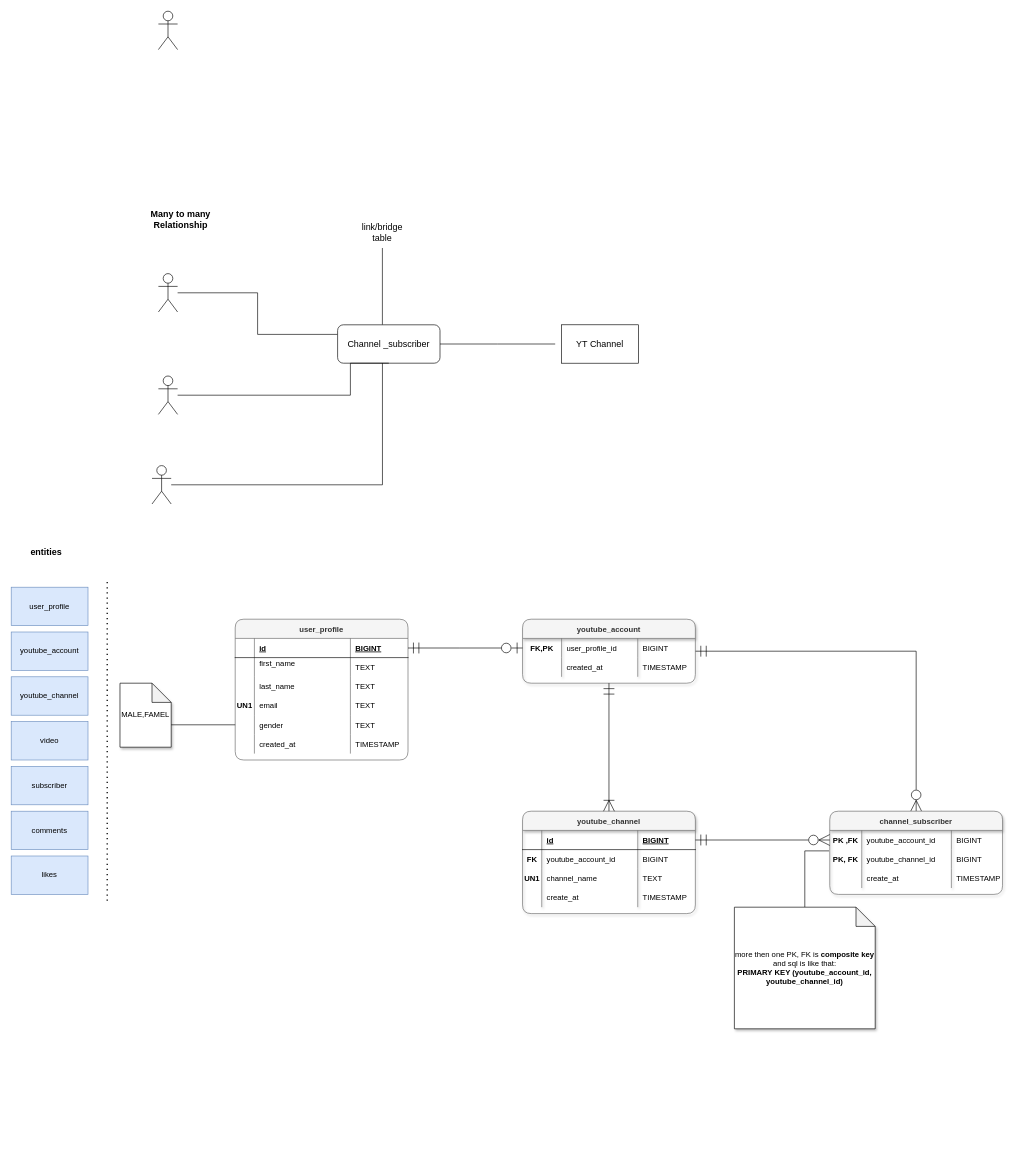
Earlier version of the draw.io diagram Database Design_Implementation.drawio (Amin3696/DatabaseDesign). Source tidied: cells renumbered, new cells numbered last; positions are measured from the earlier drawing's top-left corner, leaving out a move shared by most shapes. Both pictures are drawn from the tidied source at 64%, with x=0, y=0 at pixel (11, 11).
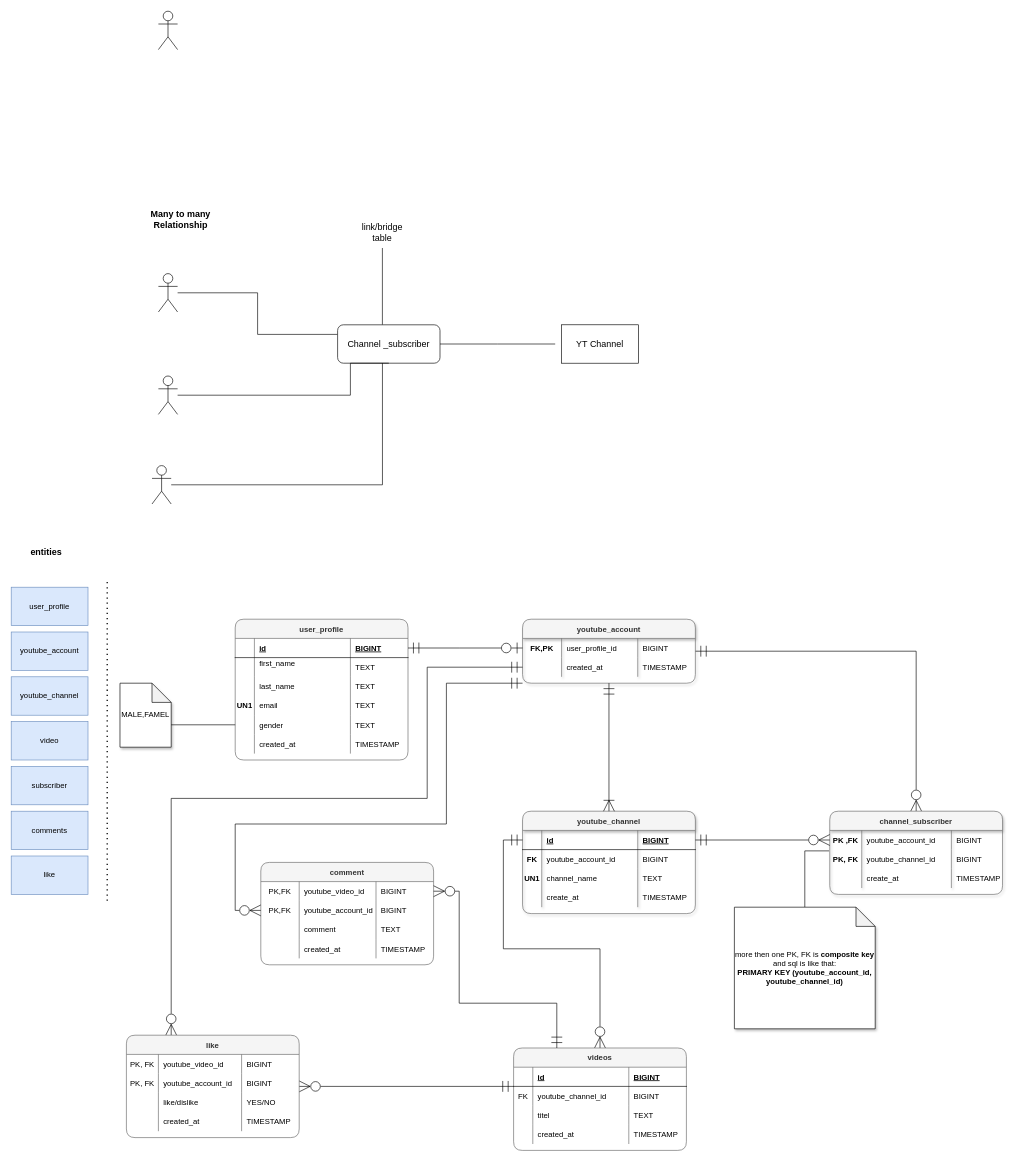
After the change.

Commit message:
add video,likes and comment table

Unchanged cells that the change refers to:
```xml
<mxCell id="40" value="youtube_account" style="shape=table;startSize=30;childLayout=tableLayout;rowLines=0;fontStyle=1;align=center;rounded=1;sketch=0;shadow=1;fillColor=#f5f5f5;fontColor=#333333;strokeColor=#666666;" parent="1" vertex="1">
  <mxGeometry x="799" y="950" width="270" height="100" as="geometry" />
</mxCell>
<mxCell id="45" style="shape=tableRow;horizontal=0;startSize=0;swimlaneHead=0;swimlaneBody=0;fillColor=none;points=[[0,0.5],[1,0.5]];portConstraint=eastwest;top=0;left=0;right=0;bottom=0;" parent="40" vertex="1">
  <mxGeometry y="60" width="270" height="30" as="geometry" />
</mxCell>
<mxCell id="50" style="shape=tableRow;horizontal=0;startSize=0;swimlaneHead=0;swimlaneBody=0;fillColor=none;points=[[0,0.5],[1,0.5]];portConstraint=eastwest;top=0;left=0;right=0;bottom=1;" parent="49" vertex="1">
  <mxGeometry y="30" width="270" height="30" as="geometry" />
</mxCell>
```

Diff of the diagram source:
```diff
@@
-    <mxCell id="8" value="likes" style="rounded=0;whiteSpace=wrap;html=1;fillColor=#dae8fc;strokeColor=#6c8ebf;" parent="1" vertex="1">
+    <mxCell id="8" value="like" style="rounded=0;whiteSpace=wrap;html=1;fillColor=#dae8fc;strokeColor=#6c8ebf;" parent="1" vertex="1">
       <mxGeometry y="1320" width="120" height="60" as="geometry" />
     </mxCell>
@@
+    <mxCell id="97" style="edgeStyle=orthogonalEdgeStyle;rounded=0;jettySize=auto;html=1;entryX=0;entryY=0.5;entryDx=0;entryDy=0;endArrow=ERmandOne;endFill=0;endSize=15;startArrow=ERzeroToMany;startFill=0;startSize=15;targetPerimeterSpacing=0;" parent="1" edge="1" source="98" target="50">
+      <mxGeometry relative="1" as="geometry" />
+    </mxCell>
+    <mxCell id="98" value="videos" style="shape=table;startSize=30;childLayout=tableLayout;rowLines=0;fontStyle=1;align=center;rounded=1;sketch=0;shadow=0;fillColor=#f5f5f5;fontColor=#333333;strokeColor=#666666;swimlaneLine=1;" parent="1" vertex="1">
+      <mxGeometry x="785" y="1620" width="270" height="160" as="geometry" />
+    </mxCell>
+    <mxCell id="99" style="shape=tableRow;horizontal=0;startSize=0;swimlaneHead=0;swimlaneBody=0;fillColor=none;top=0;left=0;right=0;bottom=1;" parent="98" vertex="1">
+      <mxGeometry y="30" width="270" height="30" as="geometry" />
+    </mxCell>
+    <mxCell id="100" style="shape=partialRectangle;fillColor=none;top=0;left=0;bottom=0;right=0;fontStyle=1;overflow=hidden;" parent="99" vertex="1">
+      <mxGeometry width="30" height="30" as="geometry" />
+    </mxCell>
+    <mxCell id="101" value="id" style="shape=partialRectangle;fillColor=none;top=0;left=0;bottom=0;right=0;align=left;spacingLeft=6;fontStyle=5;overflow=hidden;" parent="99" vertex="1">
+      <mxGeometry x="30" width="150" height="30" as="geometry" />
+    </mxCell>
+    <mxCell id="102" value="BIGINT" style="shape=partialRectangle;fillColor=none;top=0;left=0;bottom=0;right=0;align=left;spacingLeft=6;fontStyle=5;overflow=hidden;" parent="99" vertex="1">
+      <mxGeometry x="180" width="90" height="30" as="geometry" />
+    </mxCell>
+    <mxCell id="103" style="shape=tableRow;horizontal=0;startSize=0;swimlaneHead=0;swimlaneBody=0;fillColor=none;top=0;left=0;right=0;bottom=0;" parent="98" vertex="1">
+      <mxGeometry y="60" width="270" height="30" as="geometry" />
+    </mxCell>
+    <mxCell id="104" value="FK" style="shape=partialRectangle;fillColor=none;top=0;left=0;bottom=0;right=0;overflow=hidden;" parent="103" vertex="1">
+      <mxGeometry width="30" height="30" as="geometry" />
+    </mxCell>
+    <mxCell id="105" value="youtube_channel_id" style="shape=partialRectangle;fillColor=none;top=0;left=0;bottom=0;right=0;align=left;spacingLeft=6;overflow=hidden;" parent="103" vertex="1">
+      <mxGeometry x="30" width="150" height="30" as="geometry" />
+    </mxCell>
+    <mxCell id="106" value="BIGINT" style="shape=partialRectangle;fillColor=none;top=0;left=0;bottom=0;right=0;align=left;spacingLeft=6;overflow=hidden;" parent="103" vertex="1">
+      <mxGeometry x="180" width="90" height="30" as="geometry" />
+    </mxCell>
+    <mxCell id="107" style="shape=tableRow;horizontal=0;startSize=0;swimlaneHead=0;swimlaneBody=0;fillColor=none;top=0;left=0;right=0;bottom=0;" parent="98" vertex="1">
+      <mxGeometry y="90" width="270" height="30" as="geometry" />
+    </mxCell>
+    <mxCell id="108" style="shape=partialRectangle;fillColor=none;top=0;left=0;bottom=0;right=0;overflow=hidden;" parent="107" vertex="1">
+      <mxGeometry width="30" height="30" as="geometry" />
+    </mxCell>
+    <mxCell id="109" value="titel" style="shape=partialRectangle;fillColor=none;top=0;left=0;bottom=0;right=0;align=left;spacingLeft=6;overflow=hidden;" parent="107" vertex="1">
+      <mxGeometry x="30" width="150" height="30" as="geometry" />
+    </mxCell>
+    <mxCell id="110" value="TEXT" style="shape=partialRectangle;fillColor=none;top=0;left=0;bottom=0;right=0;align=left;spacingLeft=6;overflow=hidden;" parent="107" vertex="1">
+      <mxGeometry x="180" width="90" height="30" as="geometry" />
+    </mxCell>
+    <mxCell id="111" style="shape=tableRow;horizontal=0;startSize=0;swimlaneHead=0;swimlaneBody=0;fillColor=none;top=0;left=0;right=0;bottom=0;" parent="98" vertex="1">
+      <mxGeometry y="120" width="270" height="30" as="geometry" />
+    </mxCell>
+    <mxCell id="112" style="shape=partialRectangle;fillColor=none;top=0;left=0;bottom=0;right=0;overflow=hidden;" parent="111" vertex="1">
+      <mxGeometry width="30" height="30" as="geometry" />
+    </mxCell>
+    <mxCell id="113" value="created_at" style="shape=partialRectangle;fillColor=none;top=0;left=0;bottom=0;right=0;align=left;spacingLeft=6;overflow=hidden;" parent="111" vertex="1">
+      <mxGeometry x="30" width="150" height="30" as="geometry" />
+    </mxCell>
+    <mxCell id="114" value="TIMESTAMP" style="shape=partialRectangle;fillColor=none;top=0;left=0;bottom=0;right=0;align=left;spacingLeft=6;overflow=hidden;" parent="111" vertex="1">
+      <mxGeometry x="180" width="90" height="30" as="geometry" />
+    </mxCell>
+    <mxCell id="115" style="edgeStyle=orthogonalEdgeStyle;rounded=0;orthogonalLoop=1;jettySize=auto;html=1;exitX=1;exitY=0.5;exitDx=0;exitDy=0;fontSize=14;" parent="98" edge="1">
+      <mxGeometry relative="1" as="geometry" />
+    </mxCell>
+    <mxCell id="116" style="edgeStyle=orthogonalEdgeStyle;rounded=0;jettySize=auto;html=1;startArrow=ERzeroToMany;startFill=0;endArrow=ERmandOne;endFill=0;startSize=15;endSize=15;targetPerimeterSpacing=0;" parent="1" edge="1" source="118">
+      <mxGeometry relative="1" as="geometry">
+        <mxPoint x="785" y="1680" as="targetPoint" />
+        <Array as="points">
+          <mxPoint x="785" y="1680" />
+        </Array>
+      </mxGeometry>
+    </mxCell>
+    <mxCell id="117" style="edgeStyle=orthogonalEdgeStyle;rounded=0;jettySize=auto;html=1;entryX=0;entryY=0.5;entryDx=0;entryDy=0;startArrow=ERzeroToMany;startFill=0;endArrow=ERmandOne;endFill=0;startSize=15;endSize=15;targetPerimeterSpacing=0;" parent="1" edge="1" source="118" target="45">
+      <mxGeometry relative="1" as="geometry">
+        <Array as="points">
+          <mxPoint x="250" y="1230" />
+          <mxPoint x="650" y="1230" />
+          <mxPoint x="650" y="1025" />
+        </Array>
+      </mxGeometry>
+    </mxCell>
+    <mxCell id="118" value="like" style="shape=table;startSize=30;childLayout=tableLayout;rowLines=0;fontStyle=1;align=center;rounded=1;sketch=0;shadow=0;fillColor=#f5f5f5;fontColor=#333333;strokeColor=#666666;swimlaneLine=1;" parent="1" vertex="1">
+      <mxGeometry x="180" y="1600" width="270" height="160" as="geometry" />
+    </mxCell>
+    <mxCell id="119" style="shape=tableRow;horizontal=0;startSize=0;swimlaneHead=0;swimlaneBody=0;fillColor=none;top=0;left=0;right=0;bottom=0;" parent="118" vertex="1">
+      <mxGeometry y="30" width="270" height="30" as="geometry" />
+    </mxCell>
+    <mxCell id="120" value="PK, FK" style="shape=partialRectangle;fillColor=none;top=0;left=0;bottom=0;right=0;overflow=hidden;" parent="119" vertex="1">
+      <mxGeometry width="50" height="30" as="geometry" />
+    </mxCell>
+    <mxCell id="121" value="youtube_video_id" style="shape=partialRectangle;fillColor=none;top=0;left=0;bottom=0;right=0;align=left;spacingLeft=6;overflow=hidden;" parent="119" vertex="1">
+      <mxGeometry x="50" width="130" height="30" as="geometry" />
+    </mxCell>
+    <mxCell id="122" value="BIGINT" style="shape=partialRectangle;fillColor=none;top=0;left=0;bottom=0;right=0;align=left;spacingLeft=6;overflow=hidden;" parent="119" vertex="1">
+      <mxGeometry x="180" width="90" height="30" as="geometry" />
+    </mxCell>
+    <mxCell id="123" style="shape=tableRow;horizontal=0;startSize=0;swimlaneHead=0;swimlaneBody=0;fillColor=none;top=0;left=0;right=0;bottom=0;" parent="118" vertex="1">
+      <mxGeometry y="60" width="270" height="30" as="geometry" />
+    </mxCell>
+    <mxCell id="124" value="PK, FK" style="shape=partialRectangle;fillColor=none;top=0;left=0;bottom=0;right=0;overflow=hidden;" parent="123" vertex="1">
+      <mxGeometry width="50" height="30" as="geometry" />
+    </mxCell>
+    <mxCell id="125" value="youtube_account_id" style="shape=partialRectangle;fillColor=none;top=0;left=0;bottom=0;right=0;align=left;spacingLeft=6;overflow=hidden;" parent="123" vertex="1">
+      <mxGeometry x="50" width="130" height="30" as="geometry" />
+    </mxCell>
+    <mxCell id="126" value="BIGINT" style="shape=partialRectangle;fillColor=none;top=0;left=0;bottom=0;right=0;align=left;spacingLeft=6;overflow=hidden;" parent="123" vertex="1">
+      <mxGeometry x="180" width="90" height="30" as="geometry" />
+    </mxCell>
+    <mxCell id="127" style="shape=tableRow;horizontal=0;startSize=0;swimlaneHead=0;swimlaneBody=0;fillColor=none;top=0;left=0;right=0;bottom=0;" parent="118" vertex="1">
+      <mxGeometry y="90" width="270" height="30" as="geometry" />
+    </mxCell>
+    <mxCell id="128" style="shape=partialRectangle;fillColor=none;top=0;left=0;bottom=0;right=0;overflow=hidden;" parent="127" vertex="1">
+      <mxGeometry width="50" height="30" as="geometry" />
+    </mxCell>
+    <mxCell id="129" value="like/dislike" style="shape=partialRectangle;fillColor=none;top=0;left=0;bottom=0;right=0;align=left;spacingLeft=6;overflow=hidden;" parent="127" vertex="1">
+      <mxGeometry x="50" width="130" height="30" as="geometry" />
+    </mxCell>
+    <mxCell id="130" value="YES/NO" style="shape=partialRectangle;fillColor=none;top=0;left=0;bottom=0;right=0;align=left;spacingLeft=6;overflow=hidden;" parent="127" vertex="1">
+      <mxGeometry x="180" width="90" height="30" as="geometry" />
+    </mxCell>
+    <mxCell id="131" style="shape=tableRow;horizontal=0;startSize=0;swimlaneHead=0;swimlaneBody=0;fillColor=none;top=0;left=0;right=0;bottom=0;" parent="118" vertex="1">
+      <mxGeometry y="120" width="270" height="30" as="geometry" />
+    </mxCell>
+    <mxCell id="132" style="shape=partialRectangle;fillColor=none;top=0;left=0;bottom=0;right=0;overflow=hidden;" parent="131" vertex="1">
+      <mxGeometry width="50" height="30" as="geometry" />
+    </mxCell>
+    <mxCell id="133" value="created_at" style="shape=partialRectangle;fillColor=none;top=0;left=0;bottom=0;right=0;align=left;spacingLeft=6;overflow=hidden;" parent="131" vertex="1">
+      <mxGeometry x="50" width="130" height="30" as="geometry" />
+    </mxCell>
+    <mxCell id="134" value="TIMESTAMP" style="shape=partialRectangle;fillColor=none;top=0;left=0;bottom=0;right=0;align=left;spacingLeft=6;overflow=hidden;" parent="131" vertex="1">
+      <mxGeometry x="180" width="90" height="30" as="geometry" />
+    </mxCell>
+    <mxCell id="135" style="edgeStyle=orthogonalEdgeStyle;rounded=0;orthogonalLoop=1;jettySize=auto;html=1;exitX=1;exitY=0.5;exitDx=0;exitDy=0;fontSize=14;" parent="118" edge="1">
+      <mxGeometry relative="1" as="geometry" />
+    </mxCell>
+    <mxCell id="136" value="comment" style="shape=table;startSize=30;childLayout=tableLayout;rowLines=0;fontStyle=1;align=center;rounded=1;sketch=0;shadow=0;fillColor=#f5f5f5;fontColor=#333333;strokeColor=#666666;swimlaneLine=1;" parent="1" vertex="1">
+      <mxGeometry x="390" y="1330" width="270" height="160" as="geometry" />
+    </mxCell>
+    <mxCell id="137" style="shape=tableRow;horizontal=0;startSize=0;swimlaneHead=0;swimlaneBody=0;fillColor=none;points=[[0,0.5],[1,0.5]];portConstraint=eastwest;top=0;left=0;right=0;bottom=0;" parent="136" vertex="1">
+      <mxGeometry y="30" width="270" height="30" as="geometry" />
+    </mxCell>
+    <mxCell id="138" value="PK,FK" style="shape=partialRectangle;fillColor=none;top=0;left=0;bottom=0;right=0;overflow=hidden;" parent="137" vertex="1">
+      <mxGeometry width="60" height="30" as="geometry" />
+    </mxCell>
+    <mxCell id="139" value="youtube_video_id" style="shape=partialRectangle;fillColor=none;top=0;left=0;bottom=0;right=0;align=left;spacingLeft=6;overflow=hidden;" parent="137" vertex="1">
+      <mxGeometry x="60" width="120" height="30" as="geometry" />
+    </mxCell>
+    <mxCell id="140" value="BIGINT" style="shape=partialRectangle;fillColor=none;top=0;left=0;bottom=0;right=0;align=left;spacingLeft=6;overflow=hidden;" parent="137" vertex="1">
+      <mxGeometry x="180" width="90" height="30" as="geometry" />
+    </mxCell>
+    <mxCell id="141" style="shape=tableRow;horizontal=0;startSize=0;swimlaneHead=0;swimlaneBody=0;fillColor=none;points=[[0,0.5],[1,0.5]];portConstraint=eastwest;top=0;left=0;right=0;bottom=0;" parent="136" vertex="1">
+      <mxGeometry y="60" width="270" height="30" as="geometry" />
+    </mxCell>
+    <mxCell id="142" value="PK,FK" style="shape=partialRectangle;fillColor=none;top=0;left=0;bottom=0;right=0;overflow=hidden;" parent="141" vertex="1">
+      <mxGeometry width="60" height="30" as="geometry" />
+    </mxCell>
+    <mxCell id="143" value="youtube_account_id" style="shape=partialRectangle;fillColor=none;top=0;left=0;bottom=0;right=0;align=left;spacingLeft=6;overflow=hidden;" parent="141" vertex="1">
+      <mxGeometry x="60" width="120" height="30" as="geometry" />
+    </mxCell>
+    <mxCell id="144" value="BIGINT" style="shape=partialRectangle;fillColor=none;top=0;left=0;bottom=0;right=0;align=left;spacingLeft=6;overflow=hidden;" parent="141" vertex="1">
+      <mxGeometry x="180" width="90" height="30" as="geometry" />
+    </mxCell>
+    <mxCell id="145" style="shape=tableRow;horizontal=0;startSize=0;swimlaneHead=0;swimlaneBody=0;fillColor=none;top=0;left=0;right=0;bottom=0;" parent="136" vertex="1">
+      <mxGeometry y="90" width="270" height="30" as="geometry" />
+    </mxCell>
+    <mxCell id="146" style="shape=partialRectangle;fillColor=none;top=0;left=0;bottom=0;right=0;overflow=hidden;" parent="145" vertex="1">
+      <mxGeometry width="60" height="30" as="geometry" />
+    </mxCell>
+    <mxCell id="147" value="comment" style="shape=partialRectangle;fillColor=none;top=0;left=0;bottom=0;right=0;align=left;spacingLeft=6;overflow=hidden;" parent="145" vertex="1">
+      <mxGeometry x="60" width="120" height="30" as="geometry" />
+    </mxCell>
+    <mxCell id="148" value="TEXT" style="shape=partialRectangle;fillColor=none;top=0;left=0;bottom=0;right=0;align=left;spacingLeft=6;overflow=hidden;" parent="145" vertex="1">
+      <mxGeometry x="180" width="90" height="30" as="geometry" />
+    </mxCell>
+    <mxCell id="149" style="shape=tableRow;horizontal=0;startSize=0;swimlaneHead=0;swimlaneBody=0;fillColor=none;top=0;left=0;right=0;bottom=0;" parent="136" vertex="1">
+      <mxGeometry y="120" width="270" height="30" as="geometry" />
+    </mxCell>
+    <mxCell id="150" style="shape=partialRectangle;fillColor=none;top=0;left=0;bottom=0;right=0;overflow=hidden;" parent="149" vertex="1">
+      <mxGeometry width="60" height="30" as="geometry" />
+    </mxCell>
+    <mxCell id="151" value="created_at" style="shape=partialRectangle;fillColor=none;top=0;left=0;bottom=0;right=0;align=left;spacingLeft=6;overflow=hidden;" parent="149" vertex="1">
+      <mxGeometry x="60" width="120" height="30" as="geometry" />
+    </mxCell>
+    <mxCell id="152" value="TIMESTAMP" style="shape=partialRectangle;fillColor=none;top=0;left=0;bottom=0;right=0;align=left;spacingLeft=6;overflow=hidden;" parent="149" vertex="1">
+      <mxGeometry x="180" width="90" height="30" as="geometry" />
+    </mxCell>
+    <mxCell id="153" style="edgeStyle=orthogonalEdgeStyle;rounded=0;orthogonalLoop=1;jettySize=auto;html=1;exitX=1;exitY=0.5;exitDx=0;exitDy=0;fontSize=14;" parent="136" edge="1">
+      <mxGeometry relative="1" as="geometry" />
+    </mxCell>
+    <mxCell id="154" style="edgeStyle=orthogonalEdgeStyle;rounded=0;jettySize=auto;html=1;entryX=0.25;entryY=0;entryDx=0;entryDy=0;startArrow=ERzeroToMany;startFill=0;endArrow=ERmandOne;endFill=0;startSize=15;endSize=15;targetPerimeterSpacing=0;" parent="1" edge="1" source="137" target="98">
+      <mxGeometry relative="1" as="geometry">
+        <Array as="points">
+          <mxPoint x="700" y="1375" />
+          <mxPoint x="700" y="1550" />
+          <mxPoint x="852" y="1550" />
+        </Array>
+      </mxGeometry>
+    </mxCell>
+    <mxCell id="155" style="edgeStyle=orthogonalEdgeStyle;rounded=0;jettySize=auto;html=1;entryX=0;entryY=1;entryDx=0;entryDy=0;startArrow=ERzeroToMany;startFill=0;endArrow=ERmandOne;endFill=0;startSize=15;endSize=15;targetPerimeterSpacing=0;" parent="1" edge="1" source="141" target="40">
+      <mxGeometry relative="1" as="geometry">
+        <Array as="points">
+          <mxPoint x="350" y="1405" />
+          <mxPoint x="350" y="1270" />
+          <mxPoint x="680" y="1270" />
+          <mxPoint x="680" y="1050" />
+        </Array>
+      </mxGeometry>
+    </mxCell>
```
